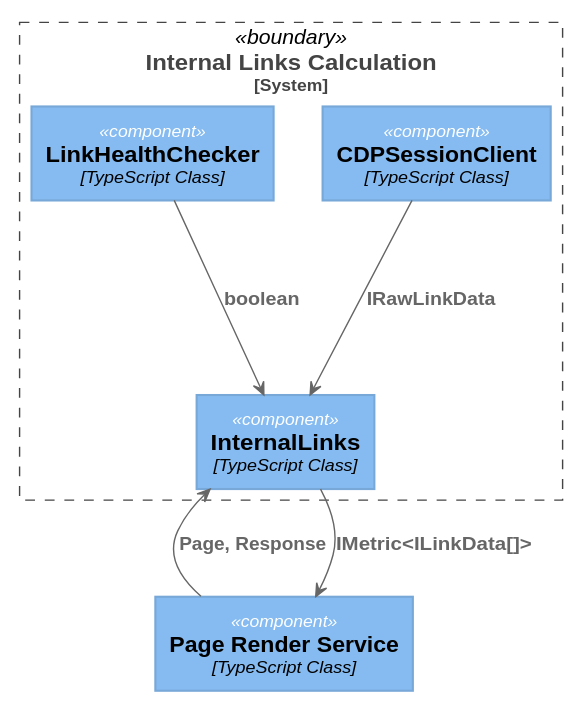
Before: designs/out/designs/metrics/internal-links.svg, a diagram exported from PlantUML (ali-habibzadeh/top10-seo-list-for-developers).
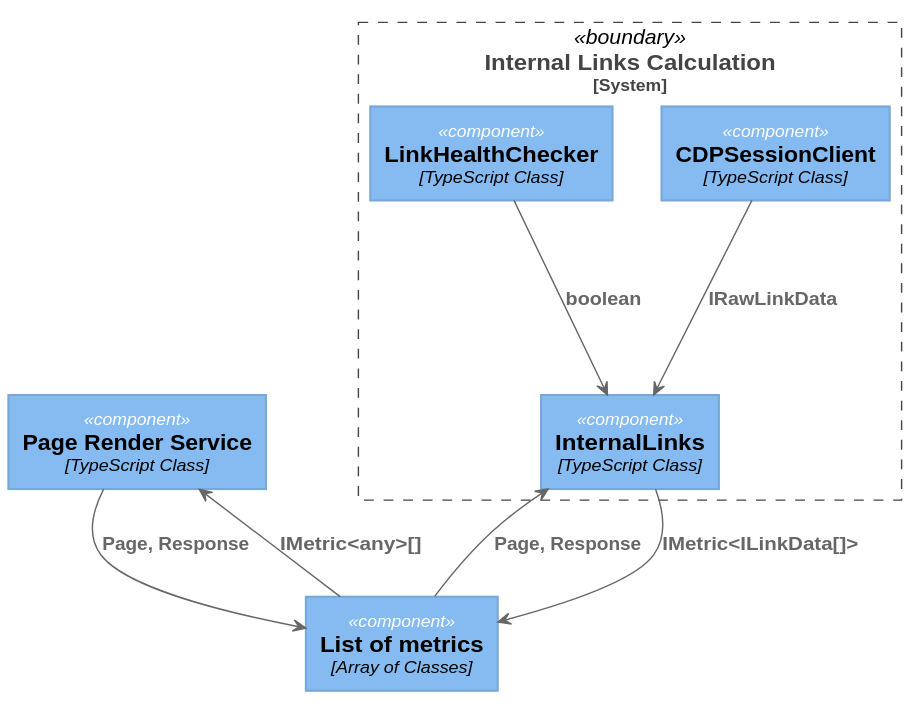
After the commit.

What changed in the source:
```diff
@@ -445,13 +445,17 @@
 
 
 rectangle "==Page Render Service\n//<size:12>[TypeScript Class]</size>//" <<component>> as PageRenderService
+rectangle "==List of metrics\n//<size:12>[Array of Classes]</size>//" <<component>> as metricsList
+
 
 rectangle "==Internal Links Calculation\n<size:12>[System]</size>" <<boundary>> as InternalLinksCalculation {
     rectangle "==InternalLinks\n//<size:12>[TypeScript Class]</size>//" <<component>> as InternalLinks
     rectangle "==CDPSessionClient\n//<size:12>[TypeScript Class]</size>//" <<component>> as CDPSessionClient
     rectangle "==LinkHealthChecker\n//<size:12>[TypeScript Class]</size>//" <<component>> as LinkHealthChecker
-    PageRenderService --> InternalLinks : "===Page, Response"
-    InternalLinks --> PageRenderService : "===IMetric<ILinkData[]>"
+    metricsList --> PageRenderService : "===IMetric<any>[]"
+    PageRenderService --> metricsList : "===Page, Response"
+    InternalLinks --> metricsList : "===IMetric<ILinkData[]>"
+    metricsList --> InternalLinks : "===Page, Response"
     CDPSessionClient --> InternalLinks : "===IRawLinkData"
     LinkHealthChecker --> InternalLinks : "===boolean"
 }
```
